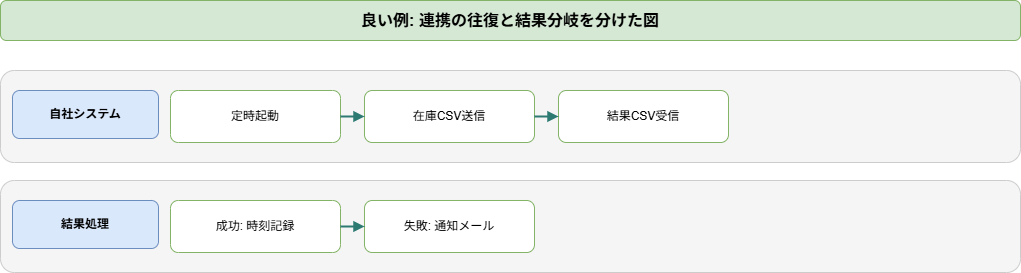
This is docs/zukai-drill/data/diagrams/easy-stock-sync_good-diagram.drawio.png from kaku3/workbooks, a draw.io export, as it was before one commit. Source tidied: cells renumbered, new cells last; positions are measured from the earlier drawing's top-left corner, leaving out a move shared by most shapes. The source it was exported from:
```xml
<mxGraphModel>
  <root>
    <mxCell id="0" />
    <mxCell id="1" parent="0" />
    <mxCell id="2" value="良い例: 連携の往復と結果分岐を分けた図" style="rounded=1;whiteSpace=wrap;html=1;fillColor=#d5e8d4;strokeColor=#82b366;fontSize=16;fontStyle=1;" parent="1" vertex="1">
      <mxGeometry width="1020" height="40" as="geometry" />
    </mxCell>
    <mxCell id="3" style="rounded=1;whiteSpace=wrap;html=1;fillColor=#f5f5f5;strokeColor=#cccccc;" parent="1" vertex="1">
      <mxGeometry y="70" width="1020" height="92" as="geometry" />
    </mxCell>
    <mxCell id="4" value="自社システム" style="rounded=1;whiteSpace=wrap;html=1;fillColor=#dae8fc;strokeColor=#6c8ebf;fontStyle=1;" parent="1" vertex="1">
      <mxGeometry x="12" y="90" width="146" height="48" as="geometry" />
    </mxCell>
    <mxCell id="5" value="定時起動" style="rounded=1;whiteSpace=wrap;html=1;fillColor=#ffffff;strokeColor=#82b366;" parent="1" vertex="1">
      <mxGeometry x="170" y="90" width="170" height="52" as="geometry" />
    </mxCell>
    <mxCell id="6" value="在庫CSV送信" style="rounded=1;whiteSpace=wrap;html=1;fillColor=#ffffff;strokeColor=#82b366;" parent="1" vertex="1">
      <mxGeometry x="364" y="90" width="170" height="52" as="geometry" />
    </mxCell>
    <mxCell id="7" style="endArrow=block;html=1;rounded=0;strokeColor=#2d7a72;strokeWidth=2;" parent="1" edge="1" source="5" target="6">
      <mxGeometry relative="1" as="geometry" />
    </mxCell>
    <mxCell id="8" value="結果CSV受信" style="rounded=1;whiteSpace=wrap;html=1;fillColor=#ffffff;strokeColor=#82b366;" parent="1" vertex="1">
      <mxGeometry x="558" y="90" width="170" height="52" as="geometry" />
    </mxCell>
    <mxCell id="9" style="endArrow=block;html=1;rounded=0;strokeColor=#2d7a72;strokeWidth=2;" parent="1" edge="1" source="6" target="8">
      <mxGeometry relative="1" as="geometry" />
    </mxCell>
    <mxCell id="10" style="rounded=1;whiteSpace=wrap;html=1;fillColor=#f5f5f5;strokeColor=#cccccc;" parent="1" vertex="1">
      <mxGeometry y="180" width="1020" height="92" as="geometry" />
    </mxCell>
    <mxCell id="11" value="結果処理" style="rounded=1;whiteSpace=wrap;html=1;fillColor=#dae8fc;strokeColor=#6c8ebf;fontStyle=1;" parent="1" vertex="1">
      <mxGeometry x="12" y="200" width="146" height="48" as="geometry" />
    </mxCell>
    <mxCell id="12" value="成功: 時刻記録" style="rounded=1;whiteSpace=wrap;html=1;fillColor=#ffffff;strokeColor=#82b366;" parent="1" vertex="1">
      <mxGeometry x="170" y="200" width="170" height="52" as="geometry" />
    </mxCell>
    <mxCell id="13" value="失敗: 通知メール" style="rounded=1;whiteSpace=wrap;html=1;fillColor=#ffffff;strokeColor=#82b366;" parent="1" vertex="1">
      <mxGeometry x="364" y="200" width="170" height="52" as="geometry" />
    </mxCell>
    <mxCell id="14" style="endArrow=block;html=1;rounded=0;strokeColor=#2d7a72;strokeWidth=2;" parent="1" edge="1" source="12" target="13">
      <mxGeometry relative="1" as="geometry" />
    </mxCell>
  </root>
</mxGraphModel>
```
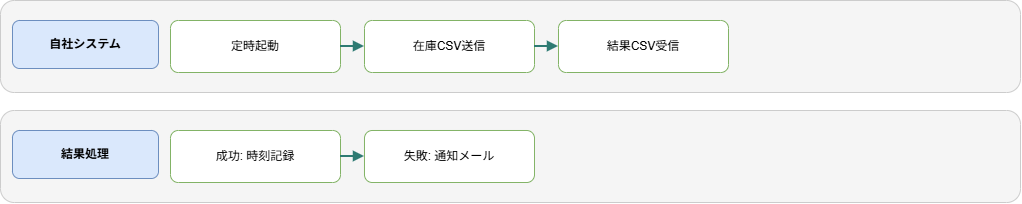
Above is the later version.

The edit, as a diff of the source:
```diff
@@ -2,9 +2,6 @@
   <root>
     <mxCell id="0" />
     <mxCell id="1" parent="0" />
-    <mxCell id="2" value="良い例: 連携の往復と結果分岐を分けた図" style="rounded=1;whiteSpace=wrap;html=1;fillColor=#d5e8d4;strokeColor=#82b366;fontSize=16;fontStyle=1;" parent="1" vertex="1">
-      <mxGeometry width="1020" height="40" as="geometry" />
-    </mxCell>
     <mxCell id="3" style="rounded=1;whiteSpace=wrap;html=1;fillColor=#f5f5f5;strokeColor=#cccccc;" parent="1" vertex="1">
       <mxGeometry y="70" width="1020" height="92" as="geometry" />
     </mxCell>
```
